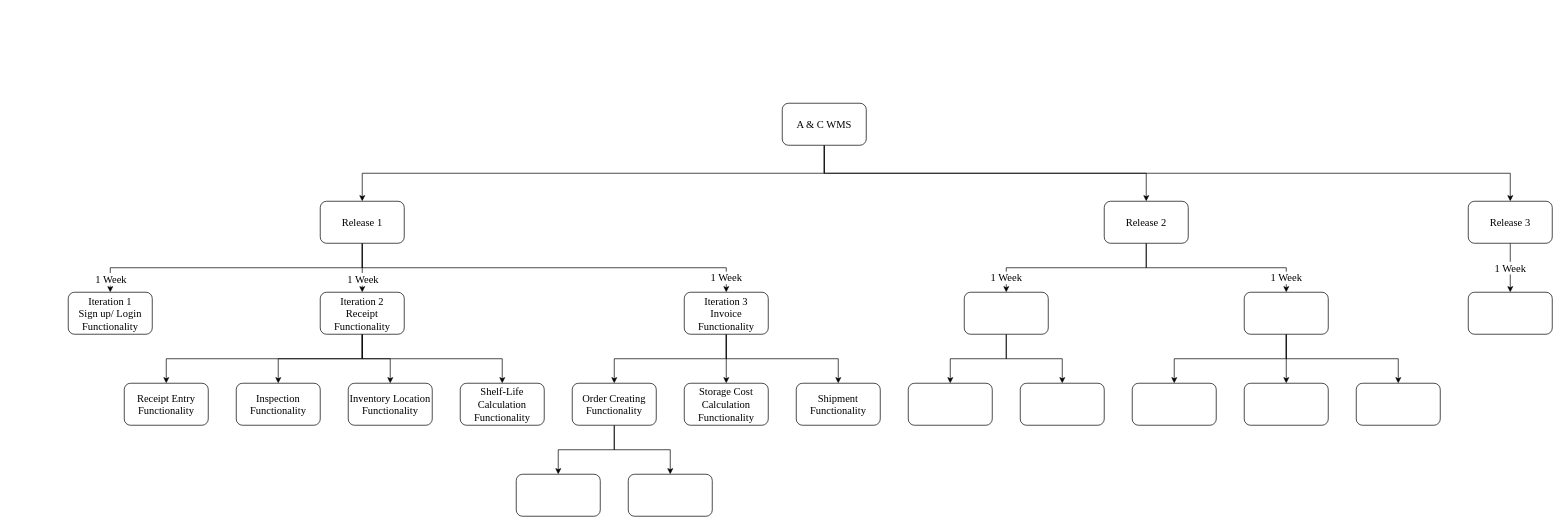
The draw.io diagram Untitled Diagram.drawio in abhishekstha98/for-md, before the edit. Source tidied: cells renumbered, new cells numbered last; positions are measured from the earlier drawing's top-left corner, leaving out a move shared by most shapes. Both pictures are drawn from the tidied source at 70%, with x=0, y=0 at pixel (68, 103).
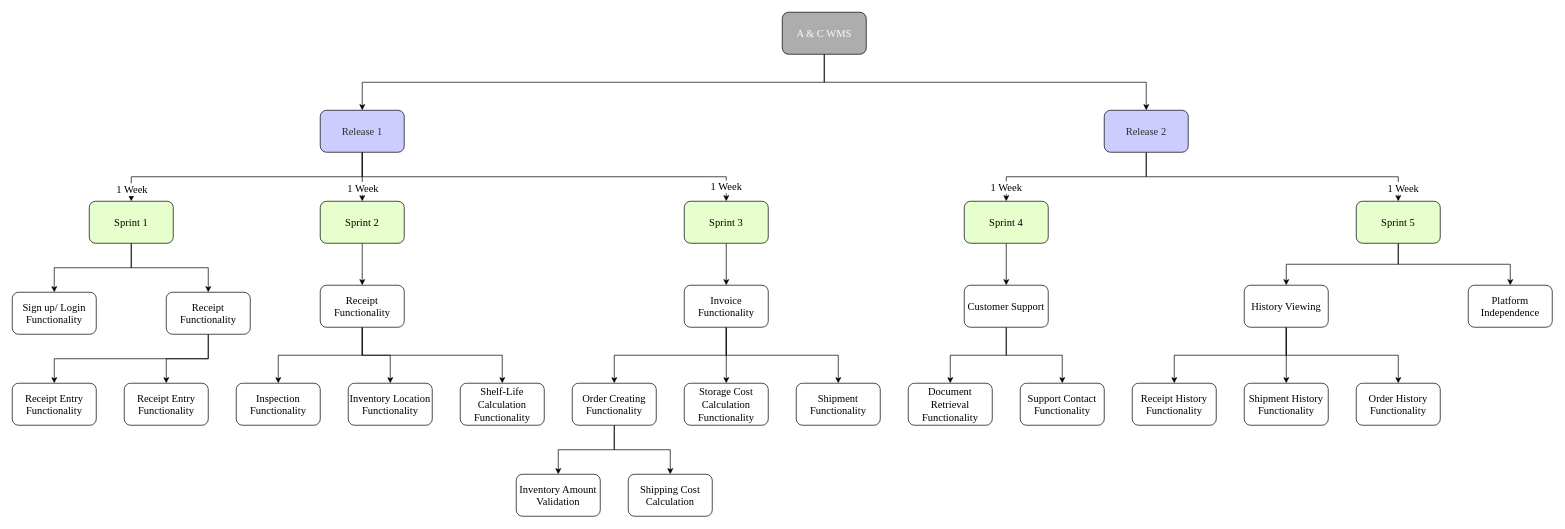
After the change.

Unchanged cells that the change refers to:
```xml
<mxCell id="21" value="Inspection Functionality" style="rounded=1;whiteSpace=wrap;html=1;fontSize=15;fontFamily=Times New Roman;" parent="1" vertex="1">
  <mxGeometry x="240" y="400" width="120" height="60" as="geometry" />
</mxCell>
<mxCell id="22" value="Inventory Location Functionality" style="rounded=1;whiteSpace=wrap;html=1;fontSize=15;fontFamily=Times New Roman;" parent="1" vertex="1">
  <mxGeometry x="400" y="400" width="120" height="60" as="geometry" />
</mxCell>
<mxCell id="23" value="Shelf-Life Calculation Functionality" style="rounded=1;whiteSpace=wrap;html=1;fontSize=15;fontFamily=Times New Roman;" parent="1" vertex="1">
  <mxGeometry x="560" y="400" width="120" height="60" as="geometry" />
</mxCell>
<mxCell id="24" value="Receipt Entry Functionality" style="rounded=1;whiteSpace=wrap;html=1;fontSize=15;fontFamily=Times New Roman;" parent="1" vertex="1">
  <mxGeometry x="80" y="400" width="120" height="60" as="geometry" />
</mxCell>
<mxCell id="31" value="Order Creating Functionality" style="rounded=1;whiteSpace=wrap;html=1;fontSize=15;fontFamily=Times New Roman;" parent="1" vertex="1">
  <mxGeometry x="720" y="400" width="120" height="60" as="geometry" />
</mxCell>
<mxCell id="32" value="Storage Cost Calculation Functionality" style="rounded=1;whiteSpace=wrap;html=1;fontSize=15;fontFamily=Times New Roman;" parent="1" vertex="1">
  <mxGeometry x="880" y="400" width="120" height="60" as="geometry" />
</mxCell>
<mxCell id="33" value="Shipment Functionality" style="rounded=1;whiteSpace=wrap;html=1;fontSize=15;fontFamily=Times New Roman;" parent="1" vertex="1">
  <mxGeometry x="1040" y="400" width="120" height="60" as="geometry" />
</mxCell>
```

Change to the diagram source:
```diff
@@
-    <mxCell id="2" style="edgeStyle=orthogonalEdgeStyle;rounded=0;jettySize=auto;html=1;exitX=0.5;exitY=1;exitDx=0;exitDy=0;entryX=0.5;entryY=0;entryDx=0;entryDy=0;fontSize=15;fontFamily=Times New Roman;" parent="1" edge="1" source="20" target="21">
-      <mxGeometry relative="1" as="geometry" />
-    </mxCell>
-    <mxCell id="3" style="edgeStyle=orthogonalEdgeStyle;rounded=0;jettySize=auto;html=1;exitX=0.5;exitY=1;exitDx=0;exitDy=0;entryX=0.5;entryY=0;entryDx=0;entryDy=0;fontSize=15;fontFamily=Times New Roman;" parent="1" edge="1" source="20" target="22">
-      <mxGeometry relative="1" as="geometry" />
-    </mxCell>
-    <mxCell id="4" style="edgeStyle=orthogonalEdgeStyle;rounded=0;jettySize=auto;html=1;exitX=0.5;exitY=1;exitDx=0;exitDy=0;entryX=0.5;entryY=0;entryDx=0;entryDy=0;fontSize=15;fontFamily=Times New Roman;" parent="1" edge="1" source="20" target="23">
-      <mxGeometry relative="1" as="geometry" />
-    </mxCell>
-    <mxCell id="5" style="edgeStyle=orthogonalEdgeStyle;rounded=0;jettySize=auto;html=1;exitX=0.5;exitY=1;exitDx=0;exitDy=0;entryX=0.5;entryY=0;entryDx=0;entryDy=0;fontSize=15;fontFamily=Times New Roman;" parent="1" edge="1" source="20" target="24">
-      <mxGeometry relative="1" as="geometry" />
-    </mxCell>
-    <mxCell id="6" style="edgeStyle=orthogonalEdgeStyle;rounded=0;jettySize=auto;html=1;exitX=0.5;exitY=1;exitDx=0;exitDy=0;entryX=0.5;entryY=0;entryDx=0;entryDy=0;fontSize=15;fontFamily=Times New Roman;" parent="1" edge="1" source="9" target="35">
-      <mxGeometry relative="1" as="geometry" />
-    </mxCell>
@@
-    <mxCell id="9" value="A &amp;amp; C WMS" style="rounded=1;whiteSpace=wrap;html=1;fontSize=15;fontFamily=Times New Roman;" parent="1" vertex="1">
-      <mxGeometry x="1020" width="120" height="60" as="geometry" />
+    <mxCell id="9" value="A &amp;amp; C WMS" style="rounded=1;whiteSpace=wrap;html=1;fontSize=15;fontFamily=Times New Roman;labelBackgroundColor=#ADADAD;fillColor=#ADADAD;fontColor=#FAFAFA;" parent="1" vertex="1">
+      <mxGeometry x="1020" y="-130" width="120" height="60" as="geometry" />
     </mxCell>
@@
-    <mxCell id="15" value="Release 1" style="rounded=1;whiteSpace=wrap;html=1;fontSize=15;fontFamily=Times New Roman;" parent="1" vertex="1">
-      <mxGeometry x="360" y="140" width="120" height="60" as="geometry" />
+    <mxCell id="15" value="Release 1" style="rounded=1;whiteSpace=wrap;html=1;fontSize=15;fontFamily=Times New Roman;fontColor=#2E2E2E;labelBackgroundColor=#CCCCFF;fillColor=#CCCCFF;" parent="1" vertex="1">
+      <mxGeometry x="360" y="10" width="120" height="60" as="geometry" />
     </mxCell>
-    <mxCell id="16" value="1 Week" style="edgeStyle=orthogonalEdgeStyle;rounded=0;jettySize=auto;html=1;exitX=0.5;exitY=1;exitDx=0;exitDy=0;entryX=0.5;entryY=0;entryDx=0;entryDy=0;fontSize=15;fontFamily=Times New Roman;" parent="1" edge="1" source="18" target="40">
-      <mxGeometry x="0.85" relative="1" as="geometry">
-        <mxPoint y="-1" as="offset" />
-      </mxGeometry>
-    </mxCell>
-    <mxCell id="17" value="1 Week" style="edgeStyle=orthogonalEdgeStyle;rounded=0;jettySize=auto;html=1;exitX=0.5;exitY=1;exitDx=0;exitDy=0;entryX=0.5;entryY=0;entryDx=0;entryDy=0;fontSize=15;fontFamily=Times New Roman;" parent="1" edge="1" source="18" target="46">
-      <mxGeometry x="0.85" relative="1" as="geometry">
-        <mxPoint y="-1" as="offset" />
-      </mxGeometry>
-    </mxCell>
+    <mxCell id="51" value="1 Week" style="edgeStyle=orthogonalEdgeStyle;rounded=0;jettySize=auto;html=1;exitX=0.5;exitY=1;exitDx=0;exitDy=0;entryX=0.5;entryY=0;entryDx=0;entryDy=0;fontFamily=Times New Roman;fontSize=15;" parent="1" edge="1" source="18" target="74">
+      <mxGeometry x="0.91" y="7" relative="1" as="geometry" />
+    </mxCell>
+    <mxCell id="52" value="1 Week" style="edgeStyle=orthogonalEdgeStyle;rounded=0;jettySize=auto;html=1;exitX=0.5;exitY=1;exitDx=0;exitDy=0;entryX=0.5;entryY=0;entryDx=0;entryDy=0;fontFamily=Times New Roman;fontSize=15;" parent="1" edge="1" source="18" target="71">
+      <mxGeometry x="0.85" relative="1" as="geometry" />
+    </mxCell>
-    <mxCell id="18" value="Release 2" style="rounded=1;whiteSpace=wrap;html=1;fontSize=15;fontFamily=Times New Roman;" parent="1" vertex="1">
-      <mxGeometry x="1480" y="140" width="120" height="60" as="geometry" />
+    <mxCell id="18" value="Release 2" style="rounded=1;whiteSpace=wrap;html=1;fontSize=15;fontFamily=Times New Roman;fontColor=#2E2E2E;labelBackgroundColor=#CCCCFF;fillColor=#CCCCFF;" parent="1" vertex="1">
+      <mxGeometry x="1480" y="10" width="120" height="60" as="geometry" />
     </mxCell>
+    <mxCell id="53" style="edgeStyle=orthogonalEdgeStyle;rounded=0;jettySize=auto;html=1;exitX=0.5;exitY=1;exitDx=0;exitDy=0;entryX=0.5;entryY=0;entryDx=0;entryDy=0;fontFamily=Times New Roman;fontSize=15;" parent="1" edge="1" source="19" target="57">
+      <mxGeometry relative="1" as="geometry" />
+    </mxCell>
+    <mxCell id="54" style="edgeStyle=orthogonalEdgeStyle;rounded=0;jettySize=auto;html=1;exitX=0.5;exitY=1;exitDx=0;exitDy=0;entryX=0.5;entryY=0;entryDx=0;entryDy=0;fontFamily=Times New Roman;fontSize=15;" parent="1" edge="1" source="19" target="61">
+      <mxGeometry relative="1" as="geometry" />
+    </mxCell>
-    <mxCell id="19" value="Iteration 1&lt;br&gt;Sign up/ Login Functionality" style="rounded=1;whiteSpace=wrap;html=1;fontSize=15;fontFamily=Times New Roman;" parent="1" vertex="1">
-      <mxGeometry y="270" width="120" height="60" as="geometry" />
+    <mxCell id="19" value="Sprint 1" style="rounded=1;whiteSpace=wrap;html=1;fontSize=15;fontFamily=Times New Roman;labelBackgroundColor=#E6FFCC;fillColor=#E6FFCC;" parent="1" vertex="1">
+      <mxGeometry x="30" y="140" width="120" height="60" as="geometry" />
     </mxCell>
+    <mxCell id="55" style="edgeStyle=orthogonalEdgeStyle;rounded=0;jettySize=auto;html=1;exitX=0.5;exitY=1;exitDx=0;exitDy=0;entryX=0.5;entryY=0;entryDx=0;entryDy=0;fontFamily=Times New Roman;fontSize=15;" parent="1" edge="1" source="20" target="65">
+      <mxGeometry relative="1" as="geometry" />
+    </mxCell>
-    <mxCell id="20" value="Iteration 2&lt;br&gt;Receipt Functionality" style="rounded=1;whiteSpace=wrap;html=1;fontSize=15;fontFamily=Times New Roman;" parent="1" vertex="1">
-      <mxGeometry x="360" y="270" width="120" height="60" as="geometry" />
+    <mxCell id="20" value="Sprint 2" style="rounded=1;whiteSpace=wrap;html=1;fontSize=15;fontFamily=Times New Roman;labelBackgroundColor=#E6FFCC;fillColor=#E6FFCC;" parent="1" vertex="1">
+      <mxGeometry x="360" y="140" width="120" height="60" as="geometry" />
     </mxCell>
@@
-    <mxCell id="25" style="edgeStyle=orthogonalEdgeStyle;rounded=0;jettySize=auto;html=1;exitX=0.5;exitY=1;exitDx=0;exitDy=0;entryX=0.5;entryY=0;entryDx=0;entryDy=0;fontSize=15;fontFamily=Times New Roman;" parent="1" edge="1" source="28" target="31">
-      <mxGeometry relative="1" as="geometry" />
-    </mxCell>
-    <mxCell id="26" style="edgeStyle=orthogonalEdgeStyle;rounded=0;jettySize=auto;html=1;exitX=0.5;exitY=1;exitDx=0;exitDy=0;entryX=0.5;entryY=0;entryDx=0;entryDy=0;fontSize=15;fontFamily=Times New Roman;" parent="1" edge="1" source="28" target="32">
-      <mxGeometry relative="1" as="geometry" />
-    </mxCell>
-    <mxCell id="27" style="edgeStyle=orthogonalEdgeStyle;rounded=0;jettySize=auto;html=1;exitX=0.5;exitY=1;exitDx=0;exitDy=0;entryX=0.5;entryY=0;entryDx=0;entryDy=0;fontSize=15;fontFamily=Times New Roman;" parent="1" edge="1" source="28" target="33">
-      <mxGeometry relative="1" as="geometry" />
-    </mxCell>
+    <mxCell id="56" style="edgeStyle=orthogonalEdgeStyle;rounded=0;jettySize=auto;html=1;exitX=0.5;exitY=1;exitDx=0;exitDy=0;entryX=0.5;entryY=0;entryDx=0;entryDy=0;fontFamily=Times New Roman;fontSize=15;" parent="1" edge="1" source="28" target="69">
+      <mxGeometry relative="1" as="geometry" />
+    </mxCell>
-    <mxCell id="28" value="Iteration 3&lt;br&gt;Invoice Functionality" style="rounded=1;whiteSpace=wrap;html=1;fontSize=15;fontFamily=Times New Roman;" parent="1" vertex="1">
-      <mxGeometry x="880" y="270" width="120" height="60" as="geometry" />
+    <mxCell id="28" value="Sprint 3" style="rounded=1;whiteSpace=wrap;html=1;fontSize=15;fontFamily=Times New Roman;labelBackgroundColor=#E6FFCC;fillColor=#E6FFCC;" parent="1" vertex="1">
+      <mxGeometry x="880" y="140" width="120" height="60" as="geometry" />
     </mxCell>
@@
-    <mxCell id="34" value="1 Week" style="edgeStyle=orthogonalEdgeStyle;rounded=0;jettySize=auto;html=1;exitX=0.5;exitY=1;exitDx=0;exitDy=0;entryX=0.5;entryY=0;entryDx=0;entryDy=0;fontFamily=Times New Roman;fontSize=15;" parent="1" edge="1" source="35" target="50">
-      <mxGeometry relative="1" as="geometry" />
-    </mxCell>
-    <mxCell id="35" value="Release 3" style="rounded=1;whiteSpace=wrap;html=1;fontSize=15;fontFamily=Times New Roman;" parent="1" vertex="1">
-      <mxGeometry x="2000" y="140" width="120" height="60" as="geometry" />
-    </mxCell>
-    <mxCell id="36" style="rounded=1;whiteSpace=wrap;html=1;fontSize=15;fontFamily=Times New Roman;" parent="1" vertex="1">
+    <mxCell id="36" value="Shipping Cost Calculation" style="rounded=1;whiteSpace=wrap;html=1;fontSize=15;fontFamily=Times New Roman;" parent="1" vertex="1">
       <mxGeometry x="800" y="530" width="120" height="60" as="geometry" />
     </mxCell>
-    <mxCell id="37" style="rounded=1;whiteSpace=wrap;html=1;fontSize=15;fontFamily=Times New Roman;" parent="1" vertex="1">
+    <mxCell id="37" value="Inventory Amount Validation" style="rounded=1;whiteSpace=wrap;html=1;fontSize=15;fontFamily=Times New Roman;" parent="1" vertex="1">
       <mxGeometry x="640" y="530" width="120" height="60" as="geometry" />
     </mxCell>
-    <mxCell id="38" style="edgeStyle=orthogonalEdgeStyle;rounded=0;jettySize=auto;html=1;exitX=0.5;exitY=1;exitDx=0;exitDy=0;entryX=0.5;entryY=0;entryDx=0;entryDy=0;fontSize=15;fontFamily=Times New Roman;" parent="1" edge="1" source="40" target="42">
+    <mxCell id="38" style="edgeStyle=orthogonalEdgeStyle;rounded=0;jettySize=auto;html=1;exitX=0.5;exitY=1;exitDx=0;exitDy=0;entryX=0.5;entryY=0;entryDx=0;entryDy=0;fontFamily=Times New Roman;fontSize=15;" parent="1" edge="1" source="40" target="42">
       <mxGeometry relative="1" as="geometry" />
     </mxCell>
-    <mxCell id="39" style="edgeStyle=orthogonalEdgeStyle;rounded=0;jettySize=auto;html=1;exitX=0.5;exitY=1;exitDx=0;exitDy=0;entryX=0.5;entryY=0;entryDx=0;entryDy=0;fontSize=15;fontFamily=Times New Roman;" parent="1" edge="1" source="40" target="41">
+    <mxCell id="39" style="edgeStyle=orthogonalEdgeStyle;rounded=0;jettySize=auto;html=1;exitX=0.5;exitY=1;exitDx=0;exitDy=0;entryX=0.5;entryY=0;entryDx=0;entryDy=0;fontFamily=Times New Roman;fontSize=15;" parent="1" edge="1" source="40" target="41">
       <mxGeometry relative="1" as="geometry" />
     </mxCell>
-    <mxCell id="40" style="rounded=1;whiteSpace=wrap;html=1;fontSize=15;fontFamily=Times New Roman;" parent="1" vertex="1">
-      <mxGeometry x="1280" y="270" width="120" height="60" as="geometry" />
+    <mxCell id="40" value="Customer Support" style="rounded=1;whiteSpace=wrap;html=1;fontSize=15;fontFamily=Times New Roman;" parent="1" vertex="1">
+      <mxGeometry x="1280" y="260" width="120" height="60" as="geometry" />
     </mxCell>
-    <mxCell id="41" style="rounded=1;whiteSpace=wrap;html=1;fontSize=15;fontFamily=Times New Roman;" parent="1" vertex="1">
+    <mxCell id="41" value="Support Contact Functionality" style="rounded=1;whiteSpace=wrap;html=1;fontSize=15;fontFamily=Times New Roman;" parent="1" vertex="1">
       <mxGeometry x="1360" y="400" width="120" height="60" as="geometry" />
     </mxCell>
-    <mxCell id="42" style="rounded=1;whiteSpace=wrap;html=1;fontSize=15;fontFamily=Times New Roman;" parent="1" vertex="1">
+    <mxCell id="42" value="Document Retrieval Functionality" style="rounded=1;whiteSpace=wrap;html=1;fontSize=15;fontFamily=Times New Roman;" parent="1" vertex="1">
       <mxGeometry x="1200" y="400" width="120" height="60" as="geometry" />
     </mxCell>
-    <mxCell id="43" style="edgeStyle=orthogonalEdgeStyle;rounded=0;jettySize=auto;html=1;exitX=0.5;exitY=1;exitDx=0;exitDy=0;entryX=0.5;entryY=0;entryDx=0;entryDy=0;fontSize=15;fontFamily=Times New Roman;" parent="1" edge="1" source="46" target="47">
+    <mxCell id="43" style="edgeStyle=orthogonalEdgeStyle;rounded=0;jettySize=auto;html=1;exitX=0.5;exitY=1;exitDx=0;exitDy=0;entryX=0.5;entryY=0;entryDx=0;entryDy=0;fontFamily=Times New Roman;fontSize=15;" parent="1" edge="1" source="46" target="47">
       <mxGeometry relative="1" as="geometry" />
     </mxCell>
-    <mxCell id="44" style="edgeStyle=orthogonalEdgeStyle;rounded=0;jettySize=auto;html=1;exitX=0.5;exitY=1;exitDx=0;exitDy=0;entryX=0.5;entryY=0;entryDx=0;entryDy=0;fontSize=15;fontFamily=Times New Roman;" parent="1" edge="1" source="46" target="48">
+    <mxCell id="44" style="edgeStyle=orthogonalEdgeStyle;rounded=0;jettySize=auto;html=1;exitX=0.5;exitY=1;exitDx=0;exitDy=0;entryX=0.5;entryY=0;entryDx=0;entryDy=0;fontFamily=Times New Roman;fontSize=15;" parent="1" edge="1" source="46" target="48">
       <mxGeometry relative="1" as="geometry" />
     </mxCell>
-    <mxCell id="45" style="edgeStyle=orthogonalEdgeStyle;rounded=0;jettySize=auto;html=1;exitX=0.5;exitY=1;exitDx=0;exitDy=0;entryX=0.5;entryY=0;entryDx=0;entryDy=0;fontSize=15;fontFamily=Times New Roman;" parent="1" edge="1" source="46" target="49">
+    <mxCell id="45" style="edgeStyle=orthogonalEdgeStyle;rounded=0;jettySize=auto;html=1;exitX=0.5;exitY=1;exitDx=0;exitDy=0;entryX=0.5;entryY=0;entryDx=0;entryDy=0;fontFamily=Times New Roman;fontSize=15;" parent="1" edge="1" source="46" target="49">
       <mxGeometry relative="1" as="geometry" />
     </mxCell>
-    <mxCell id="46" style="rounded=1;whiteSpace=wrap;html=1;fontSize=15;fontFamily=Times New Roman;" parent="1" vertex="1">
-      <mxGeometry x="1680" y="270" width="120" height="60" as="geometry" />
+    <mxCell id="46" value="History Viewing" style="rounded=1;whiteSpace=wrap;html=1;fontSize=15;fontFamily=Times New Roman;" parent="1" vertex="1">
+      <mxGeometry x="1680" y="260" width="120" height="60" as="geometry" />
     </mxCell>
-    <mxCell id="47" style="rounded=1;whiteSpace=wrap;html=1;fontSize=15;fontFamily=Times New Roman;" parent="1" vertex="1">
+    <mxCell id="47" value="Receipt History Functionality" style="rounded=1;whiteSpace=wrap;html=1;fontSize=15;fontFamily=Times New Roman;" parent="1" vertex="1">
       <mxGeometry x="1520" y="400" width="120" height="60" as="geometry" />
     </mxCell>
-    <mxCell id="48" style="rounded=1;whiteSpace=wrap;html=1;fontSize=15;fontFamily=Times New Roman;" parent="1" vertex="1">
+    <mxCell id="48" value="Shipment History Functionality" style="rounded=1;whiteSpace=wrap;html=1;fontSize=15;fontFamily=Times New Roman;" parent="1" vertex="1">
       <mxGeometry x="1680" y="400" width="120" height="60" as="geometry" />
     </mxCell>
-    <mxCell id="49" style="rounded=1;whiteSpace=wrap;html=1;fontSize=15;fontFamily=Times New Roman;" parent="1" vertex="1">
+    <mxCell id="49" value="Order History Functionality" style="rounded=1;whiteSpace=wrap;html=1;fontSize=15;fontFamily=Times New Roman;" parent="1" vertex="1">
       <mxGeometry x="1840" y="400" width="120" height="60" as="geometry" />
     </mxCell>
-    <mxCell id="50" style="rounded=1;whiteSpace=wrap;html=1;fontSize=15;fontFamily=Times New Roman;" parent="1" vertex="1">
-      <mxGeometry x="2000" y="270" width="120" height="60" as="geometry" />
+    <mxCell id="50" value="Platform Independence" style="rounded=1;whiteSpace=wrap;html=1;fontSize=15;fontFamily=Times New Roman;" parent="1" vertex="1">
+      <mxGeometry x="2000" y="260" width="120" height="60" as="geometry" />
     </mxCell>
+    <mxCell id="57" value="Sign up/ Login Functionality" style="rounded=1;whiteSpace=wrap;html=1;fontSize=15;fontFamily=Times New Roman;" parent="1" vertex="1">
+      <mxGeometry x="-80" y="270" width="120" height="60" as="geometry" />
+    </mxCell>
+    <mxCell id="58" value="Receipt Entry Functionality" style="rounded=1;whiteSpace=wrap;html=1;fontSize=15;fontFamily=Times New Roman;" parent="1" vertex="1">
+      <mxGeometry x="-80" y="400" width="120" height="60" as="geometry" />
+    </mxCell>
+    <mxCell id="59" style="edgeStyle=orthogonalEdgeStyle;rounded=0;jettySize=auto;html=1;exitX=0.5;exitY=1;exitDx=0;exitDy=0;entryX=0.5;entryY=0;entryDx=0;entryDy=0;fontFamily=Times New Roman;fontSize=15;" parent="1" edge="1" source="61" target="58">
+      <mxGeometry relative="1" as="geometry" />
+    </mxCell>
+    <mxCell id="60" style="edgeStyle=orthogonalEdgeStyle;rounded=0;jettySize=auto;html=1;exitX=0.5;exitY=1;exitDx=0;exitDy=0;entryX=0.5;entryY=0;entryDx=0;entryDy=0;fontFamily=Times New Roman;fontSize=15;" parent="1" edge="1" source="61" target="24">
+      <mxGeometry relative="1" as="geometry" />
+    </mxCell>
+    <mxCell id="61" value="Receipt Functionality" style="rounded=1;whiteSpace=wrap;html=1;fontSize=15;fontFamily=Times New Roman;" parent="1" vertex="1">
+      <mxGeometry x="140" y="270" width="120" height="60" as="geometry" />
+    </mxCell>
+    <mxCell id="62" style="edgeStyle=orthogonalEdgeStyle;rounded=0;jettySize=auto;html=1;exitX=0.5;exitY=1;exitDx=0;exitDy=0;entryX=0.5;entryY=0;entryDx=0;entryDy=0;fontFamily=Times New Roman;fontSize=15;" parent="1" edge="1" source="65" target="21">
+      <mxGeometry relative="1" as="geometry" />
+    </mxCell>
+    <mxCell id="63" style="edgeStyle=orthogonalEdgeStyle;rounded=0;jettySize=auto;html=1;exitX=0.5;exitY=1;exitDx=0;exitDy=0;entryX=0.5;entryY=0;entryDx=0;entryDy=0;fontFamily=Times New Roman;fontSize=15;" parent="1" edge="1" source="65" target="22">
+      <mxGeometry relative="1" as="geometry" />
+    </mxCell>
+    <mxCell id="64" style="edgeStyle=orthogonalEdgeStyle;rounded=0;jettySize=auto;html=1;exitX=0.5;exitY=1;exitDx=0;exitDy=0;entryX=0.5;entryY=0;entryDx=0;entryDy=0;fontFamily=Times New Roman;fontSize=15;" parent="1" edge="1" source="65" target="23">
+      <mxGeometry relative="1" as="geometry" />
+    </mxCell>
+    <mxCell id="65" value="Receipt Functionality" style="rounded=1;whiteSpace=wrap;html=1;fontSize=15;fontFamily=Times New Roman;" parent="1" vertex="1">
+      <mxGeometry x="360" y="260" width="120" height="60" as="geometry" />
+    </mxCell>
+    <mxCell id="66" style="edgeStyle=orthogonalEdgeStyle;rounded=0;jettySize=auto;html=1;exitX=0.5;exitY=1;exitDx=0;exitDy=0;entryX=0.5;entryY=0;entryDx=0;entryDy=0;fontFamily=Times New Roman;fontSize=15;" parent="1" edge="1" source="69" target="31">
+      <mxGeometry relative="1" as="geometry" />
+    </mxCell>
+    <mxCell id="67" style="edgeStyle=orthogonalEdgeStyle;rounded=0;jettySize=auto;html=1;exitX=0.5;exitY=1;exitDx=0;exitDy=0;entryX=0.5;entryY=0;entryDx=0;entryDy=0;fontFamily=Times New Roman;fontSize=15;" parent="1" edge="1" source="69" target="32">
+      <mxGeometry relative="1" as="geometry" />
+    </mxCell>
+    <mxCell id="68" style="edgeStyle=orthogonalEdgeStyle;rounded=0;jettySize=auto;html=1;exitX=0.5;exitY=1;exitDx=0;exitDy=0;entryX=0.5;entryY=0;entryDx=0;entryDy=0;fontFamily=Times New Roman;fontSize=15;" parent="1" edge="1" source="69" target="33">
+      <mxGeometry relative="1" as="geometry" />
+    </mxCell>
+    <mxCell id="69" value="Invoice Functionality" style="rounded=1;whiteSpace=wrap;html=1;fontSize=15;fontFamily=Times New Roman;" parent="1" vertex="1">
+      <mxGeometry x="880" y="260" width="120" height="60" as="geometry" />
+    </mxCell>
+    <mxCell id="70" style="edgeStyle=orthogonalEdgeStyle;rounded=0;jettySize=auto;html=1;exitX=0.5;exitY=1;exitDx=0;exitDy=0;entryX=0.5;entryY=0;entryDx=0;entryDy=0;fontFamily=Times New Roman;fontSize=15;" parent="1" edge="1" source="71" target="40">
+      <mxGeometry relative="1" as="geometry" />
+    </mxCell>
+    <mxCell id="71" value="Sprint 4" style="rounded=1;whiteSpace=wrap;html=1;fontSize=15;fontFamily=Times New Roman;labelBackgroundColor=#E6FFCC;fillColor=#E6FFCC;" parent="1" vertex="1">
+      <mxGeometry x="1280" y="140" width="120" height="60" as="geometry" />
+    </mxCell>
+    <mxCell id="72" style="edgeStyle=orthogonalEdgeStyle;rounded=0;jettySize=auto;html=1;exitX=0.5;exitY=1;exitDx=0;exitDy=0;entryX=0.5;entryY=0;entryDx=0;entryDy=0;fontFamily=Times New Roman;fontSize=15;" parent="1" edge="1" source="74" target="46">
+      <mxGeometry relative="1" as="geometry" />
+    </mxCell>
+    <mxCell id="73" style="edgeStyle=orthogonalEdgeStyle;rounded=0;jettySize=auto;html=1;exitX=0.5;exitY=1;exitDx=0;exitDy=0;entryX=0.5;entryY=0;entryDx=0;entryDy=0;fontFamily=Times New Roman;fontSize=15;" parent="1" edge="1" source="74" target="50">
+      <mxGeometry relative="1" as="geometry" />
+    </mxCell>
+    <mxCell id="74" value="Sprint 5" style="rounded=1;whiteSpace=wrap;html=1;fontSize=15;fontFamily=Times New Roman;labelBackgroundColor=#E6FFCC;fillColor=#E6FFCC;" parent="1" vertex="1">
+      <mxGeometry x="1840" y="140" width="120" height="60" as="geometry" />
+    </mxCell>
```
